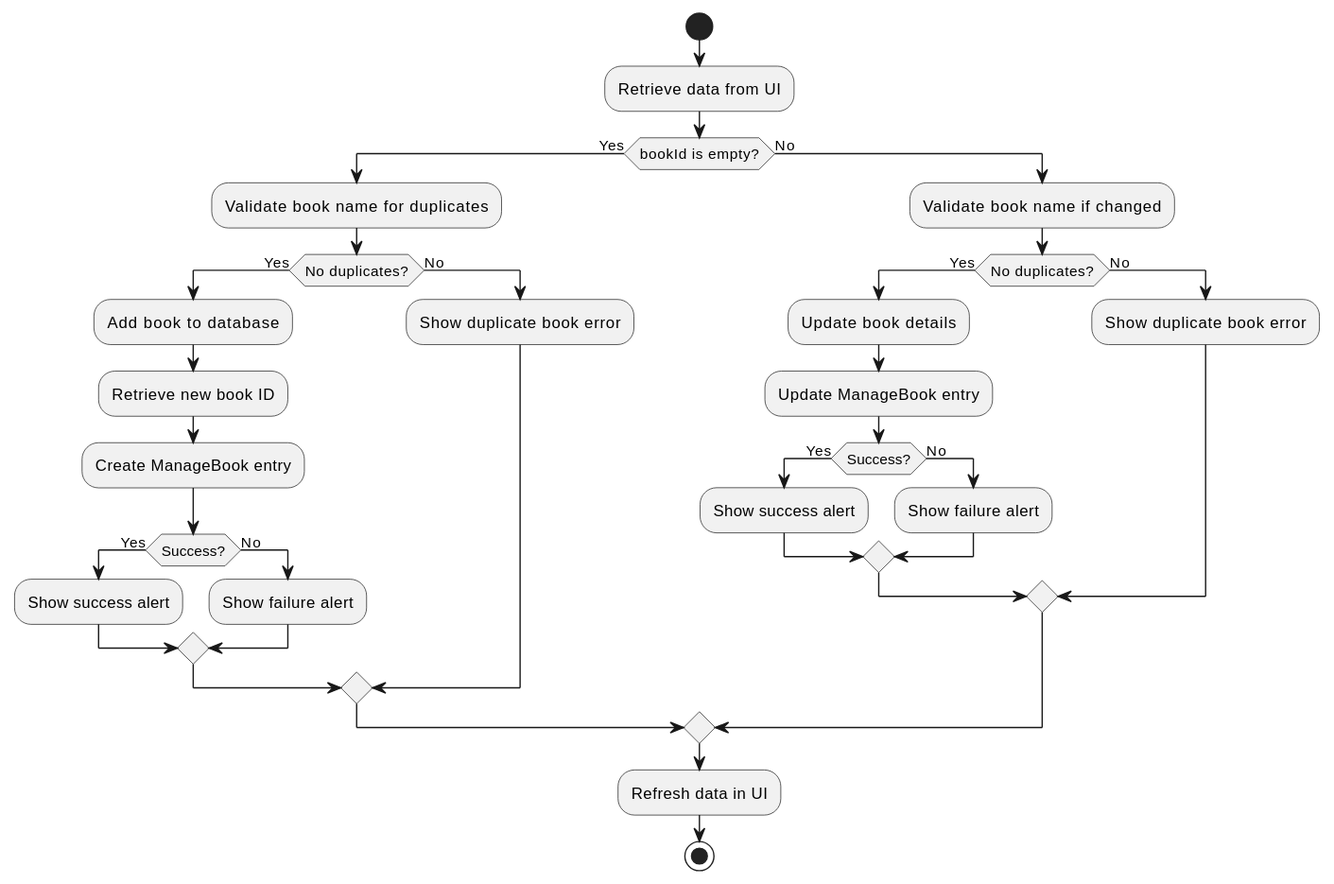
The PlantUML diagram docs/design/books/SaveBooks.svg in viettq1997/library-management-system, before a commit. The source it was exported from:
```plantuml
@startuml
start
:Retrieve data from UI;
if (bookId is empty?) then (Yes)
    :Validate book name for duplicates;
    if (No duplicates?) then (Yes)
        :Add book to database;
        :Retrieve new book ID;
        :Create ManageBook entry;
        if (Success?) then (Yes)
            :Show success alert;
        else (No)
            :Show failure alert;
        endif
    else (No)
        :Show duplicate book error;
    endif
else (No)
    :Validate book name if changed;
    if (No duplicates?) then (Yes)
        :Update book details;
        :Update ManageBook entry;
        if (Success?) then (Yes)
            :Show success alert;
        else (No)
            :Show failure alert;
        endif
    else (No)
        :Show duplicate book error;
    endif
endif
:Refresh data in UI;
stop
@enduml
```
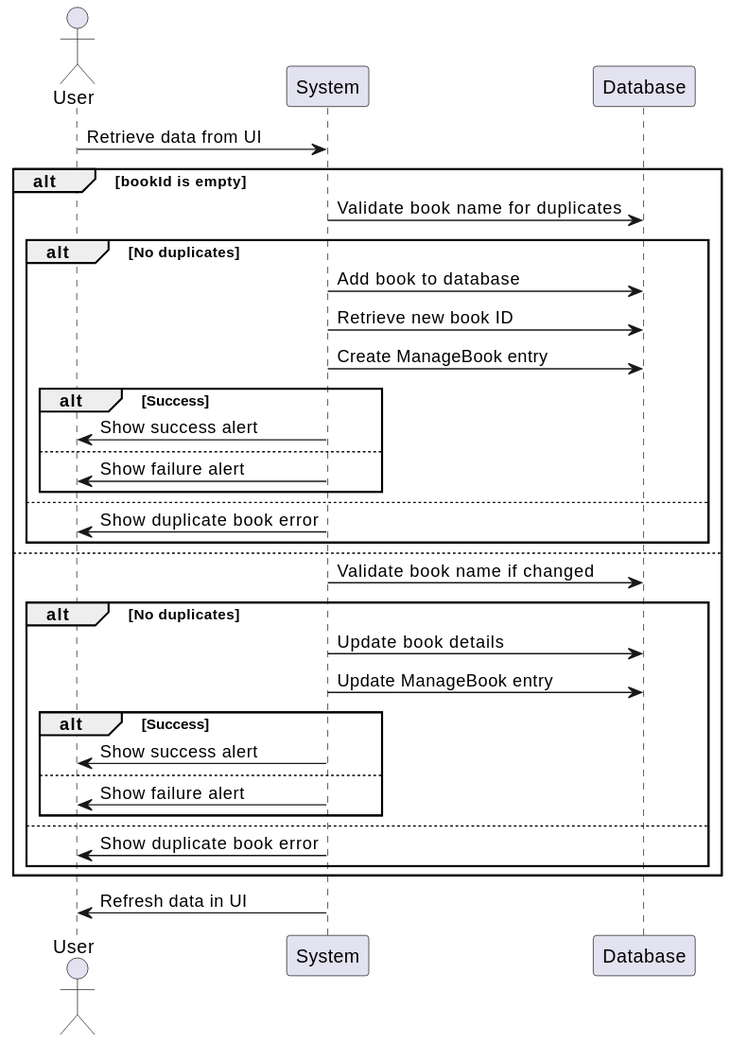
The same file after the commit.

Diff of the diagram source:
```diff
@@ -1,34 +1,38 @@
 @startuml
-start
-:Retrieve data from UI;
-if (bookId is empty?) then (Yes)
-    :Validate book name for duplicates;
-    if (No duplicates?) then (Yes)
-        :Add book to database;
-        :Retrieve new book ID;
-        :Create ManageBook entry;
-        if (Success?) then (Yes)
-            :Show success alert;
-        else (No)
-            :Show failure alert;
-        endif
-    else (No)
-        :Show duplicate book error;
-    endif
-else (No)
-    :Validate book name if changed;
-    if (No duplicates?) then (Yes)
-        :Update book details;
-        :Update ManageBook entry;
-        if (Success?) then (Yes)
-            :Show success alert;
-        else (No)
-            :Show failure alert;
-        endif
-    else (No)
-        :Show duplicate book error;
-    endif
-endif
-:Refresh data in UI;
-stop
+actor User
+participant "System" as System
+participant "Database" as DB
+
+User -> System: Retrieve data from UI
+
+alt bookId is empty
+  System -> DB: Validate book name for duplicates
+  alt No duplicates
+    System -> DB: Add book to database
+    System -> DB: Retrieve new book ID
+    System -> DB: Create ManageBook entry
+    alt Success
+      System -> User: Show success alert
+    else
+      System -> User: Show failure alert
+    end
+  else
+    System -> User: Show duplicate book error
+  end
+else
+  System -> DB: Validate book name if changed
+  alt No duplicates
+    System -> DB: Update book details
+    System -> DB: Update ManageBook entry
+    alt Success
+      System -> User: Show success alert
+    else
+      System -> User: Show failure alert
+    end
+  else
+    System -> User: Show duplicate book error
+  end
+end
+
+System -> User: Refresh data in UI
 @enduml
```
